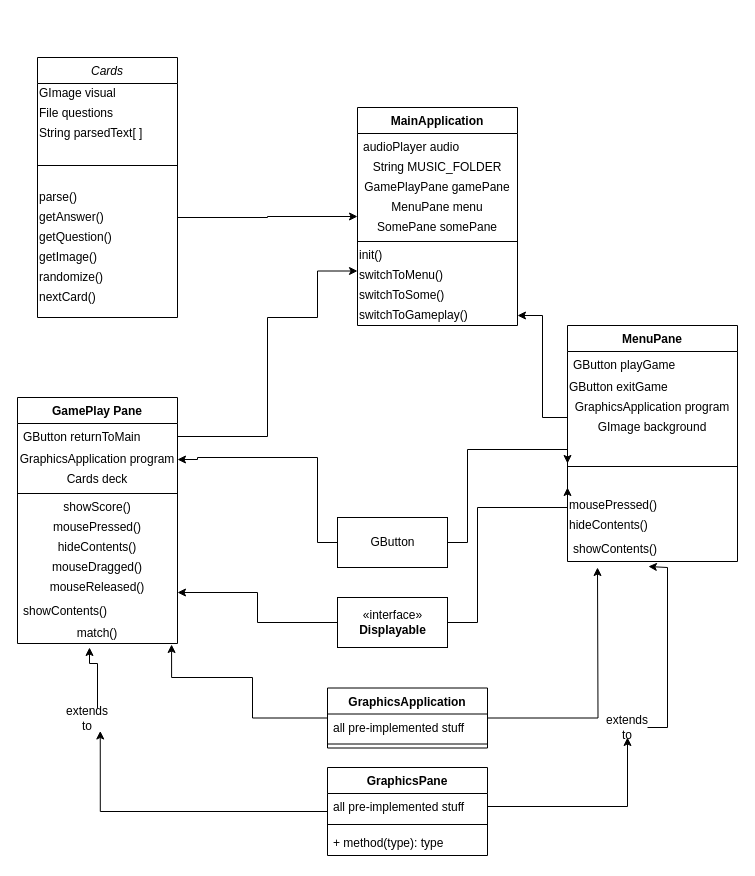
Earlier version of the draw.io diagram Untitled Diagram.drawio (Prot0ast/Repository-Name). Source tidied: cells renumbered, new cells numbered last; positions are measured from the earlier drawing's top-left corner, leaving out a move shared by most shapes. Both pictures are drawn from the tidied source at 100%, with x=0, y=0 at pixel (17, 57).
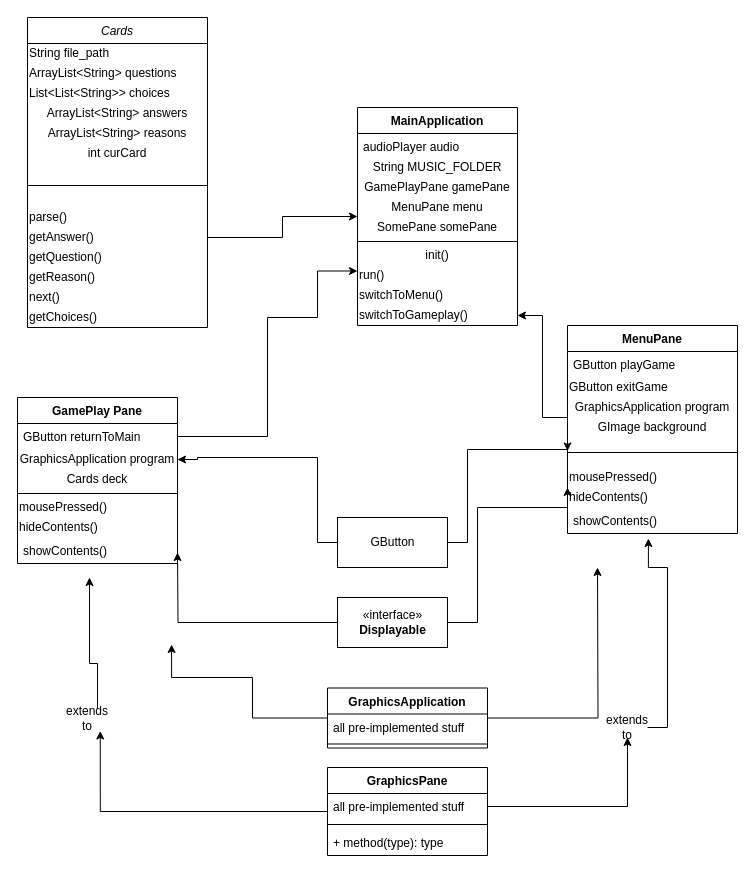
The same diagram, later.

The change refers to these unchanged cells:
```xml
<mxCell id="35" value="MainApplication" style="swimlane;fontStyle=1;align=center;verticalAlign=top;horizontal=1;startSize=26;" parent="1" vertex="1">
  <mxGeometry x="340" y="50" width="160" height="218" as="geometry" />
</mxCell>
<mxCell id="50" value="GraphicsApplication" style="swimlane;fontStyle=1;align=center;verticalAlign=top;horizontal=1;startSize=26;" parent="1" vertex="1">
  <mxGeometry x="310" y="630.5" width="160" height="60" as="geometry" />
</mxCell>
<mxCell id="59" value="extends to" style="text;html=1;strokeColor=none;fillColor=none;align=center;verticalAlign=middle;whiteSpace=wrap;rounded=0;" parent="1" vertex="1">
  <mxGeometry x="50" y="650.5" width="40" height="20" as="geometry" />
</mxCell>
<mxCell id="63" value="«interface»&lt;br&gt;&lt;b&gt;Displayable&lt;/b&gt;" style="html=1;" parent="1" vertex="1">
  <mxGeometry x="320" y="540" width="110" height="50" as="geometry" />
</mxCell>
```

What changed in the source:
```diff
@@
     <mxCell id="2" value="Cards" style="swimlane;fontStyle=2;align=center;verticalAlign=top;horizontal=1;startSize=26;rounded=0;shadow=0;strokeWidth=1;" parent="1" vertex="1">
-      <mxGeometry x="20" width="140" height="260" as="geometry" />
+      <mxGeometry x="10" y="-40" width="180" height="310" as="geometry" />
     </mxCell>
-    <mxCell id="3" value="&lt;div align=&quot;left&quot;&gt;GImage visual&lt;/div&gt;" style="text;html=1;strokeColor=none;fillColor=none;align=left;verticalAlign=middle;whiteSpace=wrap;rounded=0;" parent="2" vertex="1">
-      <mxGeometry y="26" width="140" height="20" as="geometry" />
+    <mxCell id="3" value="String file_path" style="text;html=1;strokeColor=none;fillColor=none;align=left;verticalAlign=middle;whiteSpace=wrap;rounded=0;" parent="2" vertex="1">
+      <mxGeometry y="26" width="180" height="20" as="geometry" />
     </mxCell>
-    <mxCell id="4" value="&lt;div align=&quot;left&quot;&gt;File questions&lt;/div&gt;" style="text;html=1;strokeColor=none;fillColor=none;align=left;verticalAlign=middle;whiteSpace=wrap;rounded=0;" parent="2" vertex="1">
-      <mxGeometry y="46" width="140" height="20" as="geometry" />
+    <mxCell id="4" value="ArrayList&amp;lt;String&amp;gt; questions" style="text;html=1;strokeColor=none;fillColor=none;align=left;verticalAlign=middle;whiteSpace=wrap;rounded=0;" parent="2" vertex="1">
+      <mxGeometry y="46" width="180" height="20" as="geometry" />
     </mxCell>
-    <mxCell id="5" value="&lt;div align=&quot;left&quot;&gt;String parsedText[ ]&lt;/div&gt;" style="text;html=1;strokeColor=none;fillColor=none;align=left;verticalAlign=middle;whiteSpace=wrap;rounded=0;" parent="2" vertex="1">
-      <mxGeometry y="66" width="140" height="20" as="geometry" />
+    <mxCell id="5" value="List&amp;lt;List&amp;lt;String&amp;gt;&amp;gt; choices" style="text;html=1;strokeColor=none;fillColor=none;align=left;verticalAlign=middle;whiteSpace=wrap;rounded=0;" parent="2" vertex="1">
+      <mxGeometry y="66" width="180" height="20" as="geometry" />
     </mxCell>
+    <mxCell id="69" value="ArrayList&amp;lt;String&amp;gt; answers" style="text;html=1;strokeColor=none;fillColor=none;align=center;verticalAlign=middle;whiteSpace=wrap;rounded=0;" parent="2" vertex="1">
+      <mxGeometry y="86" width="180" height="20" as="geometry" />
+    </mxCell>
+    <mxCell id="70" value="ArrayList&amp;lt;String&amp;gt; reasons" style="text;html=1;strokeColor=none;fillColor=none;align=center;verticalAlign=middle;whiteSpace=wrap;rounded=0;" parent="2" vertex="1">
+      <mxGeometry y="106" width="180" height="20" as="geometry" />
+    </mxCell>
+    <mxCell id="71" value="int curCard" style="text;html=1;strokeColor=none;fillColor=none;align=center;verticalAlign=middle;whiteSpace=wrap;rounded=0;" parent="2" vertex="1">
+      <mxGeometry y="126" width="180" height="20" as="geometry" />
+    </mxCell>
     <mxCell id="6" style="line;html=1;strokeWidth=1;align=left;verticalAlign=middle;spacingTop=-1;spacingLeft=3;spacingRight=3;labelPosition=right;" parent="2" vertex="1">
-      <mxGeometry y="86" width="140" height="44" as="geometry" />
+      <mxGeometry y="146" width="180" height="44" as="geometry" />
     </mxCell>
     <mxCell id="7" value="&lt;div align=&quot;left&quot;&gt;parse()&lt;/div&gt;" style="text;html=1;strokeColor=none;fillColor=none;align=left;verticalAlign=middle;whiteSpace=wrap;rounded=0;" parent="2" vertex="1">
-      <mxGeometry y="130" width="140" height="20" as="geometry" />
+      <mxGeometry y="190" width="180" height="20" as="geometry" />
     </mxCell>
     <mxCell id="8" value="&lt;div align=&quot;left&quot;&gt;getAnswer()&lt;/div&gt;" style="text;html=1;strokeColor=none;fillColor=none;align=left;verticalAlign=middle;whiteSpace=wrap;rounded=0;" parent="2" vertex="1">
-      <mxGeometry y="150" width="140" height="20" as="geometry" />
+      <mxGeometry y="210" width="180" height="20" as="geometry" />
     </mxCell>
     <mxCell id="9" value="&lt;div align=&quot;left&quot;&gt;getQuestion()&lt;/div&gt;" style="text;html=1;strokeColor=none;fillColor=none;align=left;verticalAlign=middle;whiteSpace=wrap;rounded=0;" parent="2" vertex="1">
-      <mxGeometry y="170" width="140" height="20" as="geometry" />
+      <mxGeometry y="230" width="180" height="20" as="geometry" />
     </mxCell>
-    <mxCell id="10" value="&lt;div align=&quot;left&quot;&gt;getImage()&lt;/div&gt;" style="text;html=1;strokeColor=none;fillColor=none;align=left;verticalAlign=middle;whiteSpace=wrap;rounded=0;" parent="2" vertex="1">
-      <mxGeometry y="190" width="140" height="20" as="geometry" />
+    <mxCell id="10" value="&lt;div align=&quot;left&quot;&gt;getReason()&lt;/div&gt;" style="text;html=1;strokeColor=none;fillColor=none;align=left;verticalAlign=middle;whiteSpace=wrap;rounded=0;" parent="2" vertex="1">
+      <mxGeometry y="250" width="180" height="20" as="geometry" />
     </mxCell>
-    <mxCell id="11" value="&lt;div align=&quot;left&quot;&gt;randomize()&lt;/div&gt;" style="text;html=1;strokeColor=none;fillColor=none;align=left;verticalAlign=middle;whiteSpace=wrap;rounded=0;" parent="2" vertex="1">
-      <mxGeometry y="210" width="140" height="20" as="geometry" />
-    </mxCell>
-    <mxCell id="12" value="&lt;div align=&quot;left&quot;&gt;nextCard()&lt;/div&gt;" style="text;html=1;strokeColor=none;fillColor=none;align=left;verticalAlign=middle;whiteSpace=wrap;rounded=0;" parent="2" vertex="1">
-      <mxGeometry y="230" width="140" height="20" as="geometry" />
+    <mxCell id="12" value="&lt;div align=&quot;left&quot;&gt;next()&lt;/div&gt;" style="text;html=1;strokeColor=none;fillColor=none;align=left;verticalAlign=middle;whiteSpace=wrap;rounded=0;" parent="2" vertex="1">
+      <mxGeometry y="270" width="180" height="20" as="geometry" />
     </mxCell>
+    <mxCell id="72" value="&lt;div align=&quot;left&quot;&gt;getChoices()&lt;/div&gt;" style="text;html=1;strokeColor=none;fillColor=none;align=left;verticalAlign=middle;whiteSpace=wrap;rounded=0;" parent="2" vertex="1">
+      <mxGeometry y="290" width="180" height="20" as="geometry" />
+    </mxCell>
@@
     <mxCell id="14" value="MenuPane" style="swimlane;fontStyle=1;align=center;verticalAlign=top;horizontal=1;startSize=26;" parent="1" vertex="1">
-      <mxGeometry x="550" y="268" width="170" height="236" as="geometry" />
+      <mxGeometry x="550" y="268" width="170" height="208" as="geometry" />
     </mxCell>
@@
     <mxCell id="19" style="line;strokeWidth=1;fillColor=none;align=left;verticalAlign=middle;spacingTop=-1;spacingLeft=3;spacingRight=3;labelPosition=right;points=[];portConstraint=eastwest;" parent="14" vertex="1">
-      <mxGeometry y="112" width="170" height="58" as="geometry" />
+      <mxGeometry y="112" width="170" height="30" as="geometry" />
     </mxCell>
     <mxCell id="20" value="&lt;div align=&quot;left&quot;&gt;mousePressed()&lt;/div&gt;" style="text;html=1;strokeColor=none;fillColor=none;align=left;verticalAlign=middle;whiteSpace=wrap;rounded=0;" parent="14" vertex="1">
-      <mxGeometry y="170" width="170" height="20" as="geometry" />
+      <mxGeometry y="142" width="170" height="20" as="geometry" />
     </mxCell>
     <mxCell id="21" value="&lt;div align=&quot;left&quot;&gt;hideContents()&lt;/div&gt;" style="text;html=1;strokeColor=none;fillColor=none;align=left;verticalAlign=middle;whiteSpace=wrap;rounded=0;" parent="14" vertex="1">
-      <mxGeometry y="190" width="170" height="20" as="geometry" />
+      <mxGeometry y="162" width="170" height="20" as="geometry" />
     </mxCell>
     <mxCell id="22" value="showContents()" style="text;strokeColor=none;fillColor=none;align=left;verticalAlign=top;spacingLeft=4;spacingRight=4;overflow=hidden;points=[[0,0.5],[1,0.5]];portConstraint=eastwest;" parent="14" vertex="1">
-      <mxGeometry y="210" width="170" height="26" as="geometry" />
+      <mxGeometry y="182" width="170" height="26" as="geometry" />
     </mxCell>
     <mxCell id="23" value="GamePlay Pane" style="swimlane;fontStyle=1;align=center;verticalAlign=top;horizontal=1;startSize=26;" parent="1" vertex="1">
-      <mxGeometry y="340" width="160" height="246" as="geometry" />
+      <mxGeometry y="340" width="160" height="166" as="geometry" />
     </mxCell>
@@
-    <mxCell id="28" value="showScore()" style="text;html=1;strokeColor=none;fillColor=none;align=center;verticalAlign=middle;whiteSpace=wrap;rounded=0;" parent="23" vertex="1">
-      <mxGeometry y="100" width="160" height="20" as="geometry" />
-    </mxCell>
-    <mxCell id="29" value="mousePressed()" style="text;html=1;strokeColor=none;fillColor=none;align=center;verticalAlign=middle;whiteSpace=wrap;rounded=0;" parent="23" vertex="1">
-      <mxGeometry y="120" width="160" height="20" as="geometry" />
+    <mxCell id="29" value="&lt;div align=&quot;left&quot;&gt;mousePressed()&lt;/div&gt;" style="text;html=1;strokeColor=none;fillColor=none;align=left;verticalAlign=middle;whiteSpace=wrap;rounded=0;" parent="23" vertex="1">
+      <mxGeometry y="100" width="160" height="20" as="geometry" />
     </mxCell>
-    <mxCell id="30" value="hideContents()" style="text;html=1;strokeColor=none;fillColor=none;align=center;verticalAlign=middle;whiteSpace=wrap;rounded=0;" parent="23" vertex="1">
-      <mxGeometry y="140" width="160" height="20" as="geometry" />
+    <mxCell id="30" value="&lt;div align=&quot;left&quot;&gt;hideContents()&lt;/div&gt;" style="text;html=1;strokeColor=none;fillColor=none;align=left;verticalAlign=middle;whiteSpace=wrap;rounded=0;" parent="23" vertex="1">
+      <mxGeometry y="120" width="160" height="20" as="geometry" />
     </mxCell>
-    <mxCell id="31" value="mouseDragged()" style="text;html=1;strokeColor=none;fillColor=none;align=center;verticalAlign=middle;whiteSpace=wrap;rounded=0;" parent="23" vertex="1">
-      <mxGeometry y="160" width="160" height="20" as="geometry" />
-    </mxCell>
-    <mxCell id="32" value="mouseReleased()" style="text;html=1;strokeColor=none;fillColor=none;align=center;verticalAlign=middle;whiteSpace=wrap;rounded=0;" parent="23" vertex="1">
-      <mxGeometry y="180" width="160" height="20" as="geometry" />
-    </mxCell>
     <mxCell id="33" value="showContents()" style="text;strokeColor=none;fillColor=none;align=left;verticalAlign=top;spacingLeft=4;spacingRight=4;overflow=hidden;" parent="23" vertex="1">
-      <mxGeometry y="200" width="160" height="26" as="geometry" />
+      <mxGeometry y="140" width="160" height="26" as="geometry" />
     </mxCell>
-    <mxCell id="34" value="match()" style="text;html=1;strokeColor=none;fillColor=none;align=center;verticalAlign=middle;whiteSpace=wrap;rounded=0;" parent="23" vertex="1">
-      <mxGeometry y="226" width="160" height="20" as="geometry" />
-    </mxCell>
@@
+    <mxCell id="73" value="init()" style="text;html=1;strokeColor=none;fillColor=none;align=center;verticalAlign=middle;whiteSpace=wrap;rounded=0;" parent="35" vertex="1">
+      <mxGeometry y="138" width="160" height="20" as="geometry" />
+    </mxCell>
-    <mxCell id="42" value="init()" style="text;html=1;strokeColor=none;fillColor=none;align=left;verticalAlign=middle;whiteSpace=wrap;rounded=0;" parent="35" vertex="1">
-      <mxGeometry y="138" width="160" height="20" as="geometry" />
+    <mxCell id="42" value="run()" style="text;html=1;strokeColor=none;fillColor=none;align=left;verticalAlign=middle;whiteSpace=wrap;rounded=0;" parent="35" vertex="1">
+      <mxGeometry y="158" width="160" height="20" as="geometry" />
     </mxCell>
     <mxCell id="43" value="switchToMenu()" style="text;html=1;strokeColor=none;fillColor=none;align=left;verticalAlign=middle;whiteSpace=wrap;rounded=0;" parent="35" vertex="1">
-      <mxGeometry y="158" width="160" height="20" as="geometry" />
+      <mxGeometry y="178" width="160" height="20" as="geometry" />
     </mxCell>
-    <mxCell id="44" value="switchToSome()" style="text;html=1;strokeColor=none;fillColor=none;align=left;verticalAlign=middle;whiteSpace=wrap;rounded=0;" parent="35" vertex="1">
-      <mxGeometry y="178" width="160" height="20" as="geometry" />
-    </mxCell>
@@
-    <mxCell id="48" style="edgeStyle=orthogonalEdgeStyle;rounded=0;jettySize=auto;html=1;entryX=0.963;entryY=1.05;entryDx=0;entryDy=0;entryPerimeter=0;" parent="1" edge="1" source="50" target="34">
+    <mxCell id="48" style="edgeStyle=orthogonalEdgeStyle;rounded=0;jettySize=auto;html=1;entryX=0.963;entryY=1.05;entryDx=0;entryDy=0;entryPerimeter=0;" parent="1" edge="1" source="50">
       <mxGeometry relative="1" as="geometry">
+        <mxPoint x="154.1" y="587" as="targetPoint" />
         <Array as="points">
           <mxPoint x="235" y="661" />
           <mxPoint x="235" y="620" />
           <mxPoint x="154" y="620" />
         </Array>
       </mxGeometry>
     </mxCell>
@@
-    <mxCell id="53" style="edgeStyle=orthogonalEdgeStyle;rounded=0;jettySize=auto;html=1;entryX=0.45;entryY=1.2;entryDx=0;entryDy=0;entryPerimeter=0;" parent="1" edge="1" source="59" target="34">
+    <mxCell id="53" style="edgeStyle=orthogonalEdgeStyle;rounded=0;jettySize=auto;html=1;" parent="1" edge="1" source="59">
       <mxGeometry relative="1" as="geometry">
+        <mxPoint x="72" y="520" as="targetPoint" />
         <Array as="points">
           <mxPoint x="80" y="606" />
           <mxPoint x="72" y="606" />
         </Array>
       </mxGeometry>
     </mxCell>
@@
-    <mxCell id="61" style="edgeStyle=orthogonalEdgeStyle;rounded=0;jettySize=auto;html=1;entryX=1;entryY=0.75;entryDx=0;entryDy=0;" parent="1" edge="1" source="63" target="32">
-      <mxGeometry relative="1" as="geometry" />
+    <mxCell id="61" style="edgeStyle=orthogonalEdgeStyle;rounded=0;jettySize=auto;html=1;entryX=1;entryY=0.75;entryDx=0;entryDy=0;" parent="1" edge="1" source="63">
+      <mxGeometry relative="1" as="geometry">
+        <mxPoint x="160" y="495" as="targetPoint" />
+      </mxGeometry>
     </mxCell>
```
